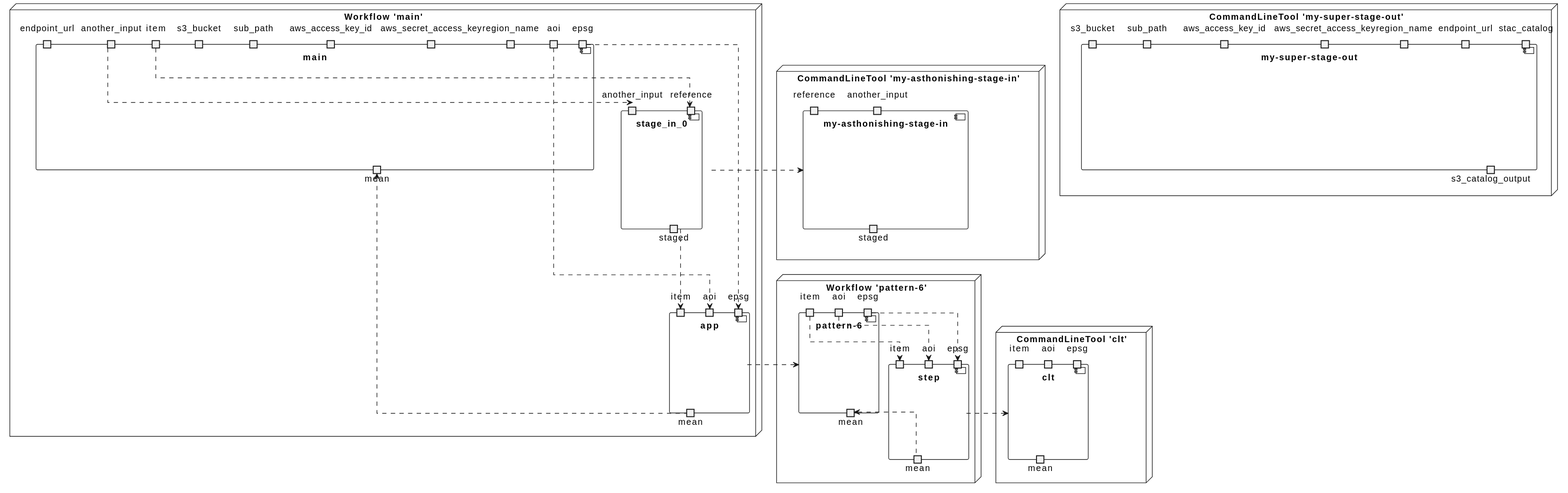
This is docs/diagrams/pattern-6/components.svg from EOEPCA/eoap-cwlwrap, a PlantUML export, as it was before one commit.
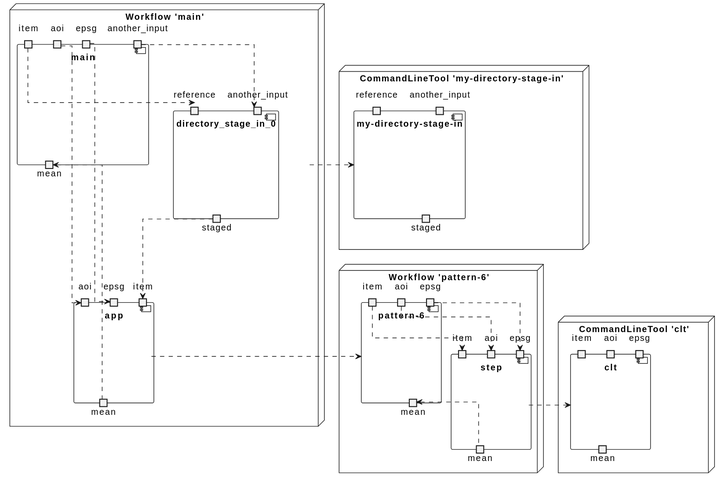
Above is the later version.

What changed in the source:
```diff
@@ -5,25 +5,13 @@
 node "Workflow 'main'" {
     component "main" as main {
 
-        portin "another_input" as main_another_input
-
         portin "aoi" as main_aoi
 
         portin "epsg" as main_epsg
 
+        portin "another_input" as main_another_input
+
         portin "item" as main_item
-
-        portin "s3_bucket" as main_s3_bucket
-
-        portin "sub_path" as main_sub_path
-
-        portin "aws_access_key_id" as main_aws_access_key_id
-
-        portin "aws_secret_access_key" as main_aws_secret_access_key
-
-        portin "region_name" as main_region_name
-
-        portin "endpoint_url" as main_endpoint_url
 
 
         portout "mean" as main_mean
@@ -31,17 +19,17 @@
     }
 
 
-    component "stage_in_0" as main_stage_in_0 {
+    component "directory_stage_in_0" as main_directory_stage_in_0 {
 
-        portin "reference" as main_stage_in_0_reference
-        main_item .down.> main_stage_in_0_reference
+        portin "reference" as main_directory_stage_in_0_reference
+        main_item .down.> main_directory_stage_in_0_reference
 
-        portin "another_input" as main_stage_in_0_another_input
-        main_another_input .down.> main_stage_in_0_another_input
+        portin "another_input" as main_directory_stage_in_0_another_input
+        main_another_input .down.> main_directory_stage_in_0_another_input
 
 
 
-        portout "staged" as main_stage_in_0_staged
+        portout "staged" as main_directory_stage_in_0_staged
 
     }
 
@@ -54,7 +42,7 @@
         main_epsg .down.> main_app_epsg
 
         portin "item" as main_app_item
-        main_stage_in_0_staged .down.> main_app_item
+        main_directory_stage_in_0_staged .down.> main_app_item
 
 
 
@@ -64,15 +52,15 @@
 
 }
 
-node "CommandLineTool 'my-asthonishing-stage-in'" {
-    component "my-asthonishing-stage-in" as my_asthonishing_stage_in {
+node "CommandLineTool 'my-directory-stage-in'" {
+    component "my-directory-stage-in" as my_directory_stage_in {
 
-        portin "reference" as my_asthonishing_stage_in_reference
+        portin "reference" as my_directory_stage_in_reference
 
-        portin "another_input" as my_asthonishing_stage_in_another_input
+        portin "another_input" as my_directory_stage_in_another_input
 
 
-        portout "staged" as my_asthonishing_stage_in_staged
+        portout "staged" as my_directory_stage_in_staged
 
     }
 
@@ -130,31 +118,6 @@
 
 }
 
-node "CommandLineTool 'my-super-stage-out'" {
-    component "my-super-stage-out" as my_super_stage_out {
-
-        portin "s3_bucket" as my_super_stage_out_s3_bucket
-
-        portin "sub_path" as my_super_stage_out_sub_path
-
-        portin "aws_access_key_id" as my_super_stage_out_aws_access_key_id
-
-        portin "aws_secret_access_key" as my_super_stage_out_aws_secret_access_key
-
-        portin "region_name" as my_super_stage_out_region_name
-
-        portin "endpoint_url" as my_super_stage_out_endpoint_url
-
-        portin "stac_catalog" as my_super_stage_out_stac_catalog
-
-
-        portout "s3_catalog_output" as my_super_stage_out_s3_catalog_output
-
-    }
-
-
-}
-
 
 
 
@@ -164,7 +127,7 @@
 
 
 
-main_stage_in_0 .right.> my_asthonishing_stage_in
+main_directory_stage_in_0 .right.> my_directory_stage_in
 
 main_app .right.> pattern_6
 
@@ -190,10 +153,4 @@
 
 
 
-
-
-
-
-
-
 @enduml
```
